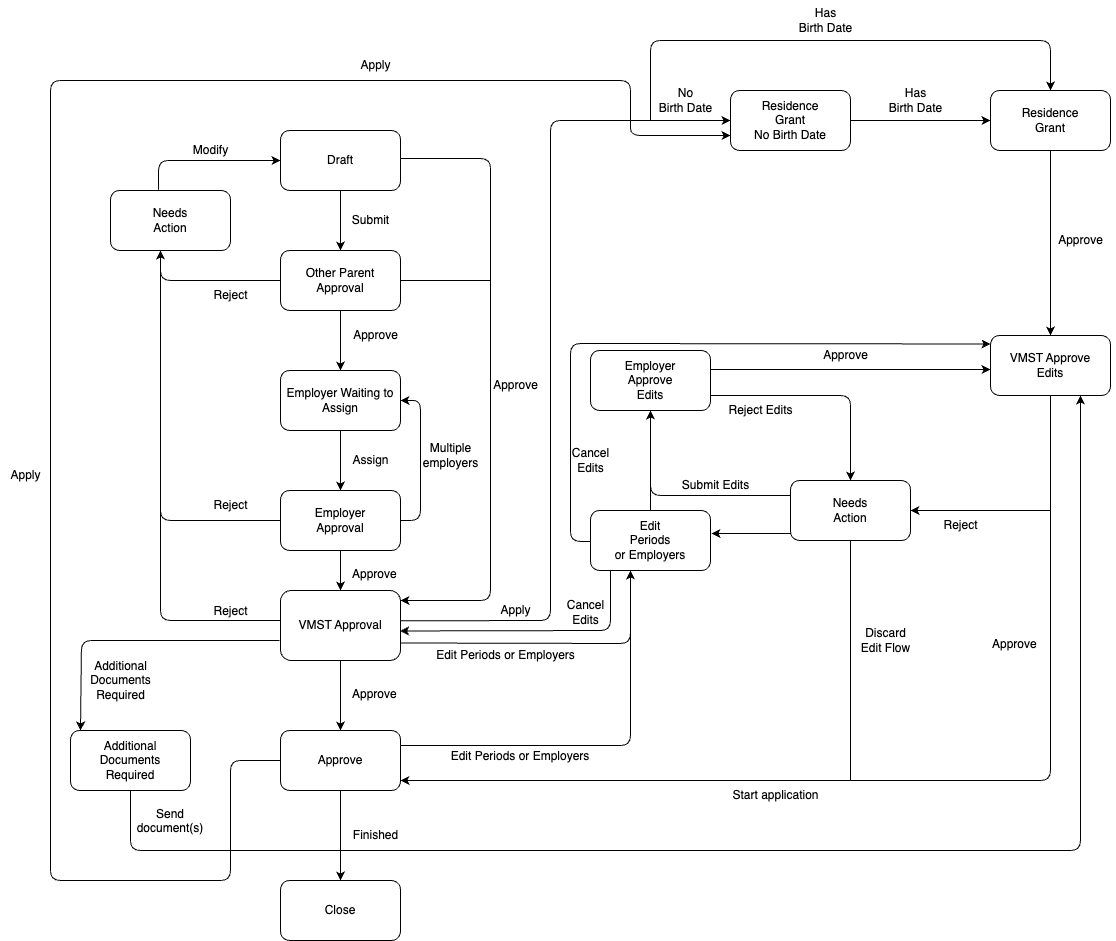
The draw.io diagram libs/application/templates/parental-leave/assets/parental-leave-flow-chart.png in island-is/island.is, before a commit. Source tidied: cells renumbered, new cells last; positions are measured from the earlier drawing's top-left corner, leaving out a move shared by most shapes.
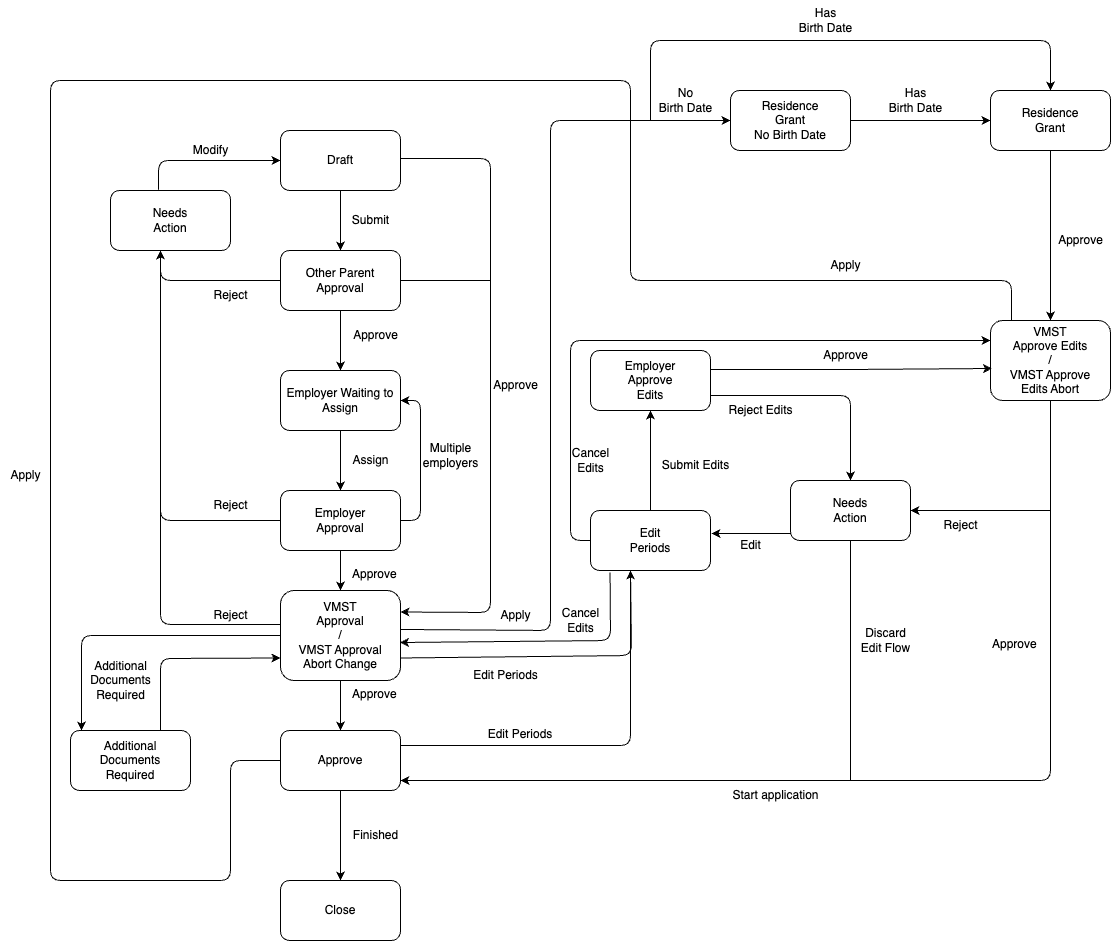
The same diagram one commit later.

Commit message:
update state machine image

The edit, as a diff of the source:
```diff
@@ -22,15 +22,16 @@
     <mxCell id="6" value="Employer&lt;br&gt;Approval" style="rounded=1;whiteSpace=wrap;html=1;" parent="1" vertex="1">
       <mxGeometry x="280" y="490" width="120" height="60" as="geometry" />
     </mxCell>
-    <mxCell id="7" style="edgeStyle=none;html=1;entryX=0.5;entryY=0;entryDx=0;entryDy=0;strokeColor=#000000;exitX=0.5;exitY=1;exitDx=0;exitDy=0;" parent="1" edge="1" source="8" target="9">
+    <mxCell id="7" style="edgeStyle=none;html=1;entryX=0.5;entryY=0;entryDx=0;entryDy=0;strokeColor=#000000;" parent="1" edge="1" target="9">
       <mxGeometry relative="1" as="geometry">
+        <mxPoint x="340" y="670" as="sourcePoint" />
         <Array as="points">
           <mxPoint x="340" y="690" />
         </Array>
       </mxGeometry>
     </mxCell>
-    <mxCell id="8" value="VMST Approval" style="rounded=1;whiteSpace=wrap;html=1;" parent="1" vertex="1">
-      <mxGeometry x="280" y="590" width="120" height="70" as="geometry" />
+    <mxCell id="8" value="VMST&lt;br&gt;Approval &lt;br&gt;/&lt;br&gt;VMST Approval&lt;br&gt;Abort Change" style="rounded=1;whiteSpace=wrap;html=1;" parent="1" vertex="1">
+      <mxGeometry x="280" y="590" width="120" height="90" as="geometry" />
     </mxCell>
     <mxCell id="9" value="Approve" style="rounded=1;whiteSpace=wrap;html=1;" parent="1" vertex="1">
       <mxGeometry x="280" y="730" width="120" height="60" as="geometry" />
@@ -44,24 +45,22 @@
     <mxCell id="12" value="Additional&lt;br&gt;Documents&lt;br&gt;Required" style="rounded=1;whiteSpace=wrap;html=1;" parent="1" vertex="1">
       <mxGeometry x="70" y="730" width="120" height="60" as="geometry" />
     </mxCell>
-    <mxCell id="13" style="edgeStyle=none;html=1;entryX=0;entryY=0.158;entryDx=0;entryDy=0;exitX=0;exitY=0.5;exitDx=0;exitDy=0;entryPerimeter=0;" parent="1" edge="1">
+    <mxCell id="13" style="edgeStyle=none;html=1;entryX=0;entryY=0.25;entryDx=0;entryDy=0;exitX=0;exitY=0.5;exitDx=0;exitDy=0;" parent="1" edge="1" source="14" target="16">
       <mxGeometry relative="1" as="geometry">
-        <mxPoint x="590" y="541" as="sourcePoint" />
-        <mxPoint x="990" y="343.5" as="targetPoint" />
         <Array as="points">
-          <mxPoint x="570" y="541" />
-          <mxPoint x="570" y="343" />
+          <mxPoint x="570" y="540" />
+          <mxPoint x="570" y="340" />
         </Array>
       </mxGeometry>
     </mxCell>
-    <mxCell id="14" value="Edit&lt;br&gt;Periods&lt;br&gt;or Employers" style="rounded=1;whiteSpace=wrap;html=1;" parent="1" vertex="1">
+    <mxCell id="14" value="Edit&lt;br&gt;Periods" style="rounded=1;whiteSpace=wrap;html=1;" parent="1" vertex="1">
       <mxGeometry x="590" y="510" width="120" height="60" as="geometry" />
     </mxCell>
     <mxCell id="15" value="Employer&lt;br&gt;Approve&lt;br&gt;Edits" style="rounded=1;whiteSpace=wrap;html=1;" parent="1" vertex="1">
       <mxGeometry x="590" y="350" width="120" height="60" as="geometry" />
     </mxCell>
-    <mxCell id="16" value="VMST Approve&lt;br&gt;Edits" style="rounded=1;whiteSpace=wrap;html=1;" parent="1" vertex="1">
-      <mxGeometry x="990" y="335" width="120" height="60" as="geometry" />
+    <mxCell id="16" value="VMST&lt;br&gt;Approve Edits&lt;br&gt;/&lt;br&gt;VMST Approve&lt;br&gt;Edits Abort" style="rounded=1;whiteSpace=wrap;html=1;" parent="1" vertex="1">
+      <mxGeometry x="990" y="320" width="120" height="80" as="geometry" />
     </mxCell>
     <mxCell id="17" value="Needs&lt;br&gt;Action" style="rounded=1;whiteSpace=wrap;html=1;" parent="1" vertex="1">
       <mxGeometry x="790" y="480" width="120" height="60" as="geometry" />
@@ -111,22 +110,21 @@
         </Array>
       </mxGeometry>
     </mxCell>
-    <mxCell id="26" style="endArrow=none;html=1;fontColor=#FFFFFF;strokeColor=#000000;" parent="1" edge="1">
+    <mxCell id="26" style="endArrow=none;html=1;exitX=0.004;exitY=0.378;exitDx=0;exitDy=0;fontColor=#FFFFFF;strokeColor=#000000;exitPerimeter=0;" parent="1" edge="1" source="8">
       <mxGeometry relative="1" as="geometry">
-        <mxPoint x="280" y="620" as="sourcePoint" />
         <mxPoint x="160" y="390" as="targetPoint" />
         <Array as="points">
-          <mxPoint x="160" y="620" />
+          <mxPoint x="160" y="624" />
         </Array>
       </mxGeometry>
     </mxCell>
-    <mxCell id="27" style="endArrow=classic;html=1;exitX=1;exitY=0.5;exitDx=0;exitDy=0;fontColor=#FFFFFF;strokeColor=#000000;" parent="1" edge="1">
+    <mxCell id="27" style="endArrow=classic;html=1;exitX=1;exitY=0.5;exitDx=0;exitDy=0;fontColor=#FFFFFF;strokeColor=#000000;entryX=1;entryY=0.25;entryDx=0;entryDy=0;" parent="1" edge="1">
       <mxGeometry relative="1" as="geometry">
         <mxPoint x="400" y="158" as="sourcePoint" />
-        <mxPoint x="400" y="600" as="targetPoint" />
+        <mxPoint x="400" y="611.5" as="targetPoint" />
         <Array as="points">
           <mxPoint x="490" y="158" />
-          <mxPoint x="490" y="600" />
+          <mxPoint x="490" y="612" />
         </Array>
       </mxGeometry>
     </mxCell>
@@ -135,22 +133,19 @@
         <mxPoint x="490" y="280" as="targetPoint" />
       </mxGeometry>
     </mxCell>
-    <mxCell id="29" style="endArrow=classic;html=1;fontColor=#FFFFFF;strokeColor=#000000;" parent="1" edge="1">
+    <mxCell id="29" style="endArrow=classic;html=1;exitX=0;exitY=0.5;exitDx=0;exitDy=0;fontColor=#FFFFFF;strokeColor=#000000;" parent="1" edge="1" source="8">
       <mxGeometry relative="1" as="geometry">
-        <mxPoint x="279" y="640" as="sourcePoint" />
-        <mxPoint x="80" y="730" as="targetPoint" />
+        <mxPoint x="81" y="730" as="targetPoint" />
         <Array as="points">
-          <mxPoint x="81" y="640" />
+          <mxPoint x="81" y="635" />
         </Array>
       </mxGeometry>
     </mxCell>
-    <mxCell id="30" style="endArrow=classic;html=1;exitX=0.5;exitY=1;exitDx=0;exitDy=0;entryX=0.75;entryY=1;entryDx=0;entryDy=0;fontColor=#FFFFFF;strokeColor=#000000;" parent="1" edge="1" source="12" target="16">
+    <mxCell id="30" style="endArrow=classic;html=1;exitX=0.75;exitY=0;exitDx=0;exitDy=0;entryX=0;entryY=0.75;entryDx=0;entryDy=0;fontColor=#FFFFFF;strokeColor=#000000;" parent="1" edge="1" source="12" target="8">
       <mxGeometry relative="1" as="geometry">
         <Array as="points">
-          <mxPoint x="130" y="850" />
-          <mxPoint x="220" y="850" />
-          <mxPoint x="300" y="850" />
-          <mxPoint x="1080" y="850" />
+          <mxPoint x="160" y="690" />
+          <mxPoint x="160" y="658" />
         </Array>
       </mxGeometry>
     </mxCell>
@@ -158,12 +153,14 @@
       <mxGeometry relative="1" as="geometry">
         <mxPoint x="630" y="570" as="targetPoint" />
         <Array as="points">
-          <mxPoint x="630" y="643" />
+          <mxPoint x="631" y="655" />
         </Array>
       </mxGeometry>
     </mxCell>
-    <mxCell id="32" style="endArrow=classic;html=1;strokeColor=#000000;entryX=0.5;entryY=1;entryDx=0;entryDy=0;exitX=0.5;exitY=0;exitDx=0;exitDy=0;" parent="1" edge="1" source="14" target="15">
-      <mxGeometry relative="1" as="geometry" />
+    <mxCell id="32" style="endArrow=classic;html=1;strokeColor=#000000;entryX=0.5;entryY=1;entryDx=0;entryDy=0;" parent="1" edge="1" target="15">
+      <mxGeometry relative="1" as="geometry">
+        <mxPoint x="650" y="510" as="sourcePoint" />
+      </mxGeometry>
     </mxCell>
     <mxCell id="33" style="endArrow=none;html=1;exitX=1;exitY=0.25;exitDx=0;exitDy=0;strokeColor=#000000;" parent="1" edge="1" source="9">
       <mxGeometry relative="1" as="geometry">
@@ -173,18 +170,16 @@
         </Array>
       </mxGeometry>
     </mxCell>
-    <mxCell id="34" style="endArrow=classic;html=1;entryX=0.996;entryY=0.578;entryDx=0;entryDy=0;fontColor=#FFFFFF;strokeColor=#000000;entryPerimeter=0;" parent="1" edge="1" target="8">
+    <mxCell id="34" style="endArrow=classic;html=1;entryX=0.996;entryY=0.578;entryDx=0;entryDy=0;exitX=0.163;exitY=1.033;exitDx=0;exitDy=0;fontColor=#FFFFFF;strokeColor=#000000;exitPerimeter=0;entryPerimeter=0;" parent="1" edge="1" source="14" target="8">
       <mxGeometry relative="1" as="geometry">
-        <mxPoint x="610" y="570" as="sourcePoint" />
         <Array as="points">
-          <mxPoint x="610" y="630" />
+          <mxPoint x="610" y="640" />
         </Array>
       </mxGeometry>
     </mxCell>
-    <mxCell id="35" style="endArrow=classic;html=1;fontColor=#FFFFFF;strokeColor=#000000;" parent="1" edge="1">
+    <mxCell id="35" style="endArrow=classic;html=1;entryX=0.013;entryY=0.6;entryDx=0;entryDy=0;fontColor=#FFFFFF;strokeColor=#000000;entryPerimeter=0;" parent="1" edge="1" target="16">
       <mxGeometry relative="1" as="geometry">
         <mxPoint x="710" y="369" as="sourcePoint" />
-        <mxPoint x="990" y="369" as="targetPoint" />
         <Array as="points">
           <mxPoint x="850" y="369" />
         </Array>
@@ -197,13 +192,6 @@
         </Array>
       </mxGeometry>
     </mxCell>
-    <mxCell id="37" style="endArrow=none;html=1;entryX=0;entryY=0.25;entryDx=0;entryDy=0;strokeColor=#000000;exitX=0.5;exitY=1;exitDx=0;exitDy=0;" parent="1" edge="1" source="15" target="17">
-      <mxGeometry relative="1" as="geometry">
-        <Array as="points">
-          <mxPoint x="650" y="495" />
-        </Array>
-      </mxGeometry>
-    </mxCell>
     <mxCell id="38" style="endArrow=classic;html=1;entryX=1.008;entryY=0.383;entryDx=0;entryDy=0;entryPerimeter=0;strokeColor=#000000;" parent="1" edge="1" target="14">
       <mxGeometry relative="1" as="geometry">
         <mxPoint x="790" y="533" as="sourcePoint" />
@@ -237,7 +225,7 @@
       <mxGeometry x="200" y="490" width="60" height="30" as="geometry" />
     </mxCell>
     <mxCell id="44" value="Reject" style="text;html=1;align=center;verticalAlign=middle;strokeColor=none;fillColor=none;fontColor=#000000;" parent="1" vertex="1">
-      <mxGeometry x="200" y="596" width="60" height="30" as="geometry" />
+      <mxGeometry x="200" y="600" width="60" height="30" as="geometry" />
     </mxCell>
     <mxCell id="45" value="Reject" style="text;html=1;align=center;verticalAlign=middle;strokeColor=none;fillColor=none;fontColor=#000000;" parent="1" vertex="1">
       <mxGeometry x="930" y="510" width="60" height="30" as="geometry" />
@@ -263,11 +251,11 @@
     <mxCell id="52" value="Finished" style="text;html=1;align=center;verticalAlign=middle;strokeColor=none;fillColor=none;fontColor=#000000;" parent="1" vertex="1">
       <mxGeometry x="340" y="820" width="70" height="30" as="geometry" />
     </mxCell>
-    <mxCell id="53" value="Edit Periods or Employers" style="text;html=1;align=center;verticalAlign=middle;strokeColor=none;fillColor=none;fontColor=#000000;" parent="1" vertex="1">
-      <mxGeometry x="425" y="640" width="160" height="30" as="geometry" />
+    <mxCell id="53" value="Edit Periods" style="text;html=1;align=center;verticalAlign=middle;strokeColor=none;fillColor=none;fontColor=#000000;" parent="1" vertex="1">
+      <mxGeometry x="460" y="660" width="90" height="30" as="geometry" />
     </mxCell>
-    <mxCell id="54" value="Edit Periods or Employers" style="text;align=center;fontColor=#000000;" parent="1" vertex="1">
-      <mxGeometry x="470" y="742" width="100" height="40" as="geometry" />
+    <mxCell id="54" value="Edit Periods" style="text;align=center;fontColor=#000000;" parent="1" vertex="1">
+      <mxGeometry x="470" y="720" width="100" height="40" as="geometry" />
     </mxCell>
     <mxCell id="55" style="endArrow=none;html=1;entryX=0.5;entryY=1;entryDx=0;entryDy=0;fontColor=#FFFFFF;strokeColor=#000000;" parent="1" edge="1" target="17">
       <mxGeometry relative="1" as="geometry">
@@ -278,13 +266,13 @@
       <mxGeometry x="850" y="620" width="70" height="40" as="geometry" />
     </mxCell>
     <mxCell id="57" value="Cancel&lt;br&gt;Edits" style="text;html=1;align=center;verticalAlign=middle;strokeColor=none;fillColor=none;fontColor=#000000;" parent="1" vertex="1">
-      <mxGeometry x="555" y="592" width="60" height="40" as="geometry" />
+      <mxGeometry x="550" y="600" width="60" height="40" as="geometry" />
     </mxCell>
     <mxCell id="58" value="Reject Edits" style="text;html=1;align=center;verticalAlign=middle;strokeColor=none;fillColor=none;fontColor=#000000;" parent="1" vertex="1">
       <mxGeometry x="715" y="395" width="90" height="30" as="geometry" />
     </mxCell>
     <mxCell id="59" value="Submit Edits" style="text;html=1;align=center;verticalAlign=middle;strokeColor=none;fillColor=none;fontColor=#000000;" parent="1" vertex="1">
-      <mxGeometry x="670" y="470" width="90" height="30" as="geometry" />
+      <mxGeometry x="650" y="450" width="90" height="30" as="geometry" />
     </mxCell>
     <mxCell id="60" value="Assign" style="text;html=1;align=center;verticalAlign=middle;strokeColor=none;fillColor=none;fontColor=#000000;" parent="1" vertex="1">
       <mxGeometry x="340" y="445" width="60" height="30" as="geometry" />
@@ -307,7 +295,7 @@
     <mxCell id="66" style="endArrow=classic;html=1;entryX=0;entryY=0.5;entryDx=0;entryDy=0;fontColor=#FFFFFF;strokeColor=#000000;exitX=1.004;exitY=0.433;exitDx=0;exitDy=0;exitPerimeter=0;" parent="1" edge="1" source="8" target="65">
       <mxGeometry relative="1" as="geometry">
         <Array as="points">
-          <mxPoint x="550" y="620" />
+          <mxPoint x="550" y="630" />
           <mxPoint x="550" y="120" />
         </Array>
       </mxGeometry>
@@ -327,11 +315,13 @@
         </Array>
       </mxGeometry>
     </mxCell>
-    <mxCell id="69" style="endArrow=none;html=1;fontColor=#FFFFFF;strokeColor=#000000;exitX=0;exitY=0.75;exitDx=0;exitDy=0;startArrow=classic;startFill=1;" parent="1" edge="1" source="65">
+    <mxCell id="69" style="endArrow=none;html=1;fontColor=#FFFFFF;strokeColor=#000000;" parent="1" edge="1">
       <mxGeometry relative="1" as="geometry">
+        <mxPoint x="1011" y="320" as="sourcePoint" />
         <mxPoint x="630" y="120" as="targetPoint" />
         <Array as="points">
-          <mxPoint x="630" y="135" />
+          <mxPoint x="1011" y="280" />
+          <mxPoint x="630" y="280" />
         </Array>
       </mxGeometry>
     </mxCell>
@@ -360,10 +350,10 @@
       <mxGeometry x="645" y="80" width="80" height="40" as="geometry" />
     </mxCell>
     <mxCell id="76" value="Apply" style="text;html=1;align=center;verticalAlign=middle;strokeColor=none;fillColor=none;fontColor=#000000;" parent="1" vertex="1">
-      <mxGeometry x="350" y="50" width="50" height="30" as="geometry" />
+      <mxGeometry x="820" y="250" width="50" height="30" as="geometry" />
     </mxCell>
     <mxCell id="77" value="Apply" style="text;html=1;align=center;verticalAlign=middle;strokeColor=none;fillColor=none;fontColor=#000000;" parent="1" vertex="1">
-      <mxGeometry x="490" y="595" width="50" height="30" as="geometry" />
+      <mxGeometry x="490" y="600" width="50" height="30" as="geometry" />
     </mxCell>
     <mxCell id="78" value="Apply" style="text;html=1;align=center;verticalAlign=middle;fillColor=none;fontColor=#000000;" parent="1" vertex="1">
       <mxGeometry y="460" width="50" height="30" as="geometry" />
@@ -374,8 +364,8 @@
     <mxCell id="80" value="Cancel&lt;br&gt;Edits" style="text;html=1;align=center;verticalAlign=middle;strokeColor=none;fillColor=none;fontColor=#000000;" parent="1" vertex="1">
       <mxGeometry x="560" y="440" width="60" height="40" as="geometry" />
     </mxCell>
-    <mxCell id="81" value="Send&#10;document(s)" style="text;align=center;fontColor=#000000;" parent="1" vertex="1">
-      <mxGeometry x="120" y="800" width="100" height="40" as="geometry" />
+    <mxCell id="81" value="Edit" style="text;html=1;align=center;verticalAlign=middle;strokeColor=none;fillColor=none;fontColor=#000000;" parent="1" vertex="1">
+      <mxGeometry x="730" y="530" width="40" height="30" as="geometry" />
     </mxCell>
   </root>
 </mxGraphModel>
```
